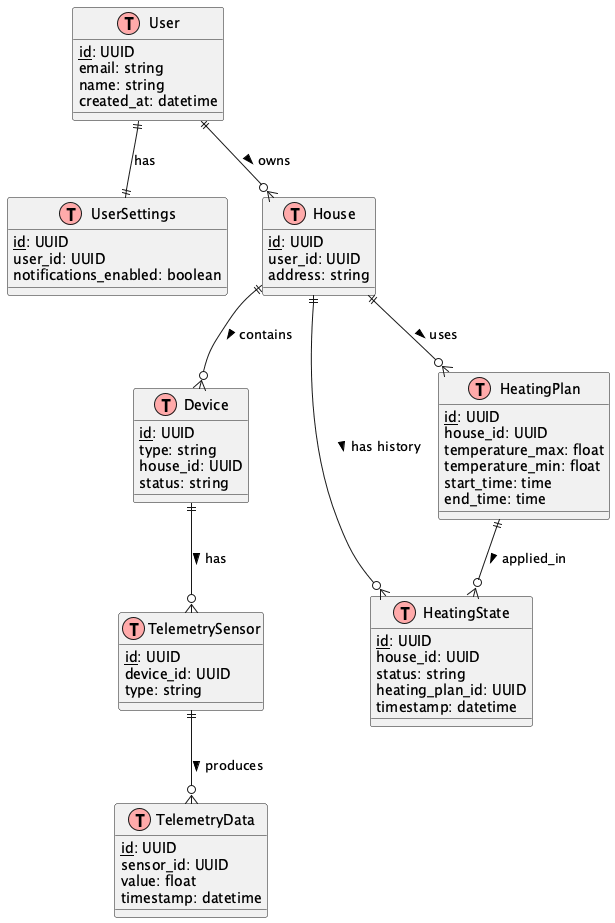
This is docs/diagrams/Warmhouse_ER.png from vladislavego/architecture-warmhouse, a PlantUML export, as it was before one commit.
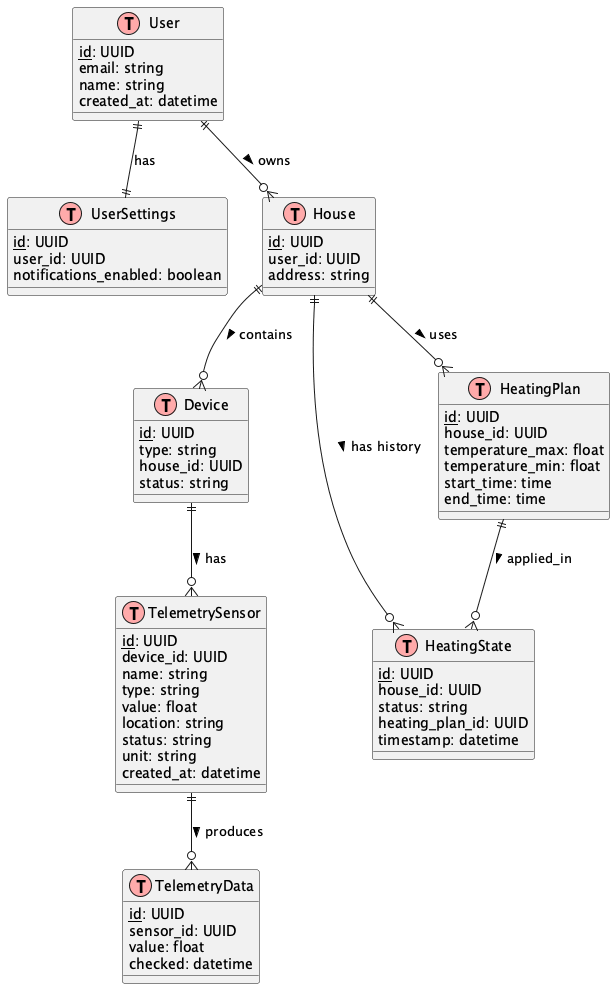
After the change.

Diff of the diagram source:
```diff
@@ -36,14 +36,20 @@
 table(TelemetrySensor) {
   primary_key(id): UUID
   device_id: UUID
+  name: string
   type: string
+  value: float
+  location: string
+  status: string
+  unit: string
+  created_at: datetime
 }
 
 table(TelemetryData) {
   primary_key(id): UUID
   sensor_id: UUID
   value: float
-  timestamp: datetime
+  checked: datetime
 }
 
 Device ||--o{ TelemetrySensor : "has >"
```
